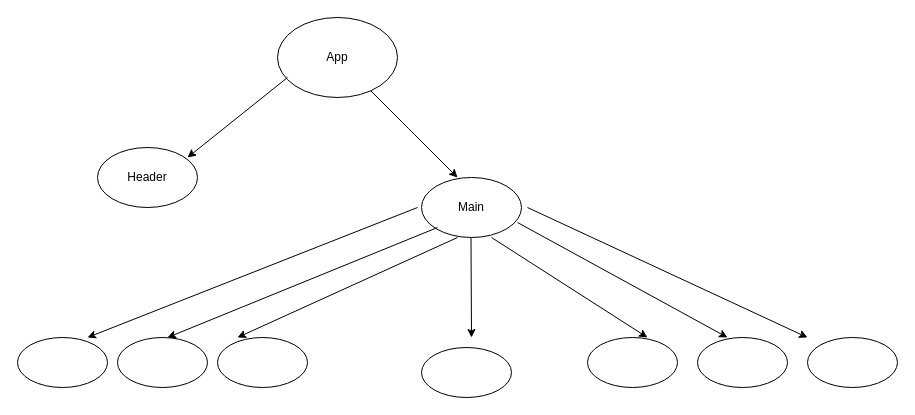
Edouard509/Hot-Meal keeps this draw.io diagram as Untitled Diagram.drawio. Above is the earlier version. Source tidied: cells renumbered, new cells numbered last; positions are measured from the earlier drawing's top-left corner, leaving out a move shared by most shapes. Both pictures are drawn from the tidied source at 100%, with x=0, y=0 at pixel (17, 17).
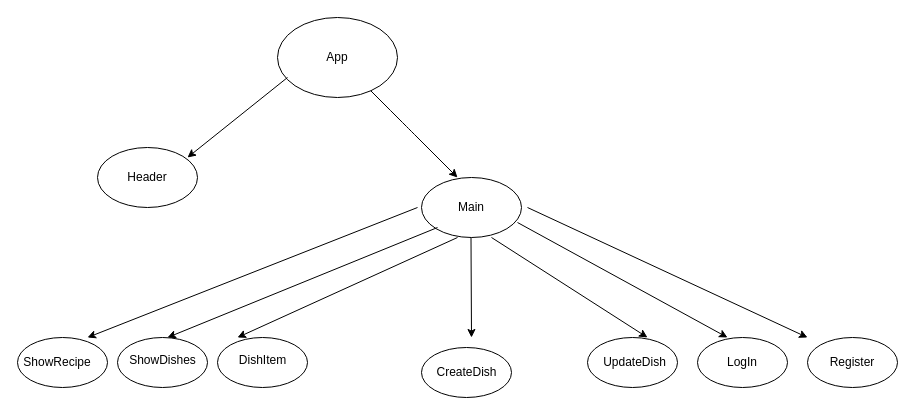
The same page after the edit.

Diff of the diagram source:
```diff
@@
+    <mxCell id="24" value="ShowRecipe" style="text;html=1;strokeColor=none;fillColor=none;align=center;verticalAlign=middle;whiteSpace=wrap;rounded=0;" parent="1" vertex="1">
+      <mxGeometry x="20" y="335" width="40" height="20" as="geometry" />
+    </mxCell>
+    <mxCell id="25" value="ShowDishes" style="text;html=1;strokeColor=none;fillColor=none;align=center;verticalAlign=middle;whiteSpace=wrap;rounded=0;" parent="1" vertex="1">
+      <mxGeometry x="127.5" y="335" width="35" height="15" as="geometry" />
+    </mxCell>
+    <mxCell id="26" value="DishItem" style="text;html=1;strokeColor=none;fillColor=none;align=center;verticalAlign=middle;whiteSpace=wrap;rounded=0;" parent="1" vertex="1">
+      <mxGeometry x="227.5" y="335" width="35" height="15" as="geometry" />
+    </mxCell>
+    <mxCell id="27" value="CreateDish" style="text;html=1;strokeColor=none;fillColor=none;align=center;verticalAlign=middle;whiteSpace=wrap;rounded=0;" parent="1" vertex="1">
+      <mxGeometry x="431.5" y="347.5" width="35" height="15" as="geometry" />
+    </mxCell>
+    <mxCell id="28" value="UpdateDish" style="text;html=1;strokeColor=none;fillColor=none;align=center;verticalAlign=middle;whiteSpace=wrap;rounded=0;" parent="1" vertex="1">
+      <mxGeometry x="600" y="337.5" width="35" height="15" as="geometry" />
+    </mxCell>
+    <mxCell id="29" value="LogIn" style="text;html=1;strokeColor=none;fillColor=none;align=center;verticalAlign=middle;whiteSpace=wrap;rounded=0;" parent="1" vertex="1">
+      <mxGeometry x="705" y="335" width="40" height="20" as="geometry" />
+    </mxCell>
+    <mxCell id="30" value="Register" style="text;html=1;strokeColor=none;fillColor=none;align=center;verticalAlign=middle;whiteSpace=wrap;rounded=0;" parent="1" vertex="1">
+      <mxGeometry x="815" y="335" width="40" height="20" as="geometry" />
+    </mxCell>
```
